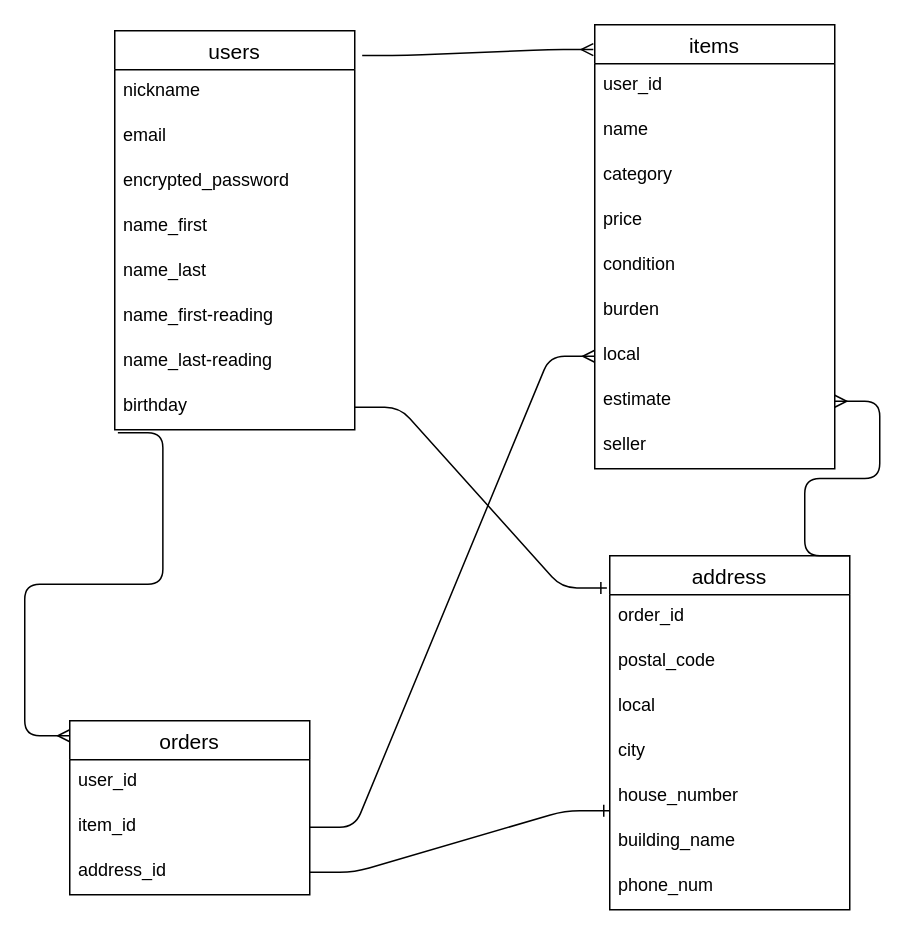
Before: readme.dio in befu12/furima-40409, a draw.io diagram. Source tidied: cells renumbered, new cells numbered last; positions are measured from the earlier drawing's top-left corner, leaving out a move shared by most shapes. Both pictures are drawn from the tidied source at 150%, with x=0, y=0 at pixel (69, 24).
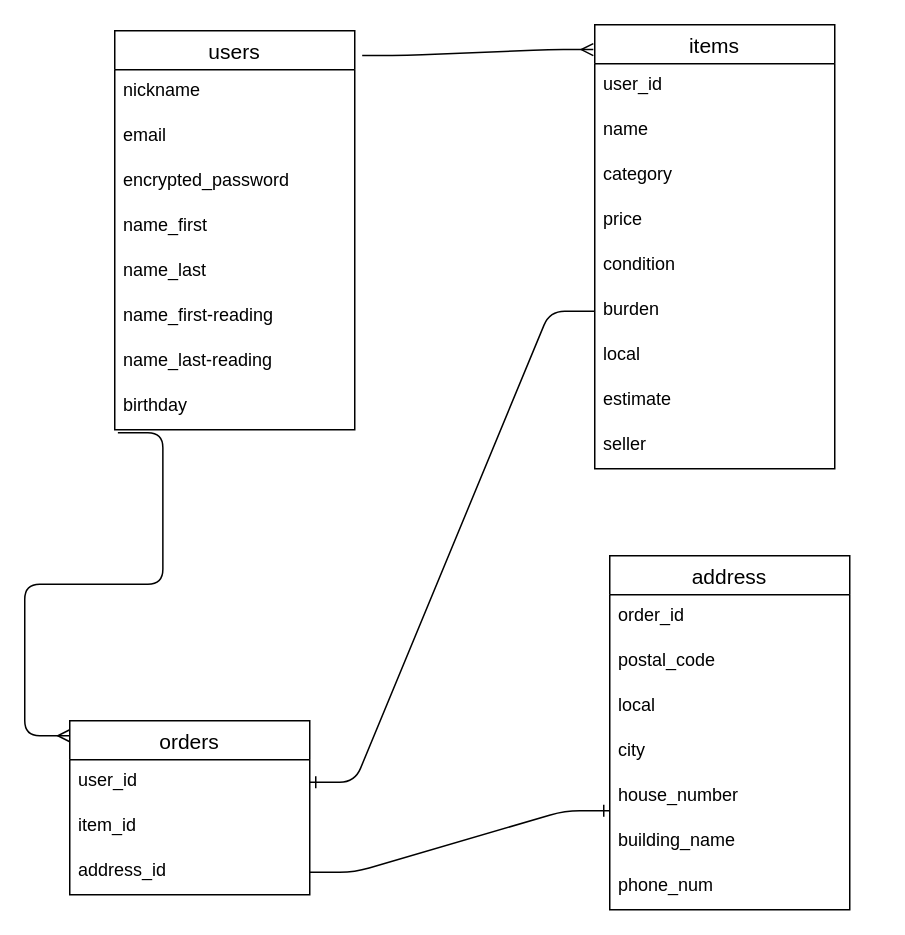
After the change.

The change refers to these unchanged cells:
```xml
<mxCell id="8" value="burden" style="text;strokeColor=none;fillColor=none;spacingLeft=4;spacingRight=4;overflow=hidden;points=[[0,0.5],[1,0.5]];portConstraint=eastwest;fontSize=12;html=0;" parent="2" vertex="1">
  <mxGeometry y="176" width="160" height="30" as="geometry" />
</mxCell>
<mxCell id="9" value="local" style="text;strokeColor=none;fillColor=none;spacingLeft=4;spacingRight=4;overflow=hidden;points=[[0,0.5],[1,0.5]];portConstraint=eastwest;fontSize=12;html=0;" parent="2" vertex="1">
  <mxGeometry y="206" width="160" height="30" as="geometry" />
</mxCell>
<mxCell id="10" value="estimate" style="text;strokeColor=none;fillColor=none;spacingLeft=4;spacingRight=4;overflow=hidden;points=[[0,0.5],[1,0.5]];portConstraint=eastwest;fontSize=12;html=0;" parent="2" vertex="1">
  <mxGeometry y="236" width="160" height="30" as="geometry" />
</mxCell>
<mxCell id="20" value="birthday" style="text;strokeColor=none;fillColor=none;spacingLeft=4;spacingRight=4;overflow=hidden;points=[[0,0.5],[1,0.5]];portConstraint=eastwest;fontSize=12;html=0;" parent="12" vertex="1">
  <mxGeometry y="236" width="160" height="30" as="geometry" />
</mxCell>
<mxCell id="22" value="user_id" style="text;strokeColor=none;fillColor=none;spacingLeft=4;spacingRight=4;overflow=hidden;points=[[0,0.5],[1,0.5]];portConstraint=eastwest;fontSize=12;" parent="21" vertex="1">
  <mxGeometry y="26" width="160" height="30" as="geometry" />
</mxCell>
<mxCell id="23" value="item_id" style="text;strokeColor=none;fillColor=none;spacingLeft=4;spacingRight=4;overflow=hidden;points=[[0,0.5],[1,0.5]];portConstraint=eastwest;fontSize=12;" parent="21" vertex="1">
  <mxGeometry y="56" width="160" height="30" as="geometry" />
</mxCell>
<mxCell id="25" value="address" style="swimlane;fontStyle=0;horizontal=1;startSize=26;align=center;fontSize=14;html=0;" parent="1" vertex="1">
  <mxGeometry x="360" y="354" width="160" height="236" as="geometry" />
</mxCell>
```

Diff of the diagram source:
```diff
@@
-    <mxCell id="35" style="edgeStyle=entityRelationEdgeStyle;fontSize=12;html=1;endArrow=ERone;endFill=1;exitX=1;exitY=0.5;exitDx=0;exitDy=0;entryX=-0.012;entryY=0.091;entryDx=0;entryDy=0;entryPerimeter=0;" parent="1" edge="1" source="20" target="25">
-      <mxGeometry relative="1" as="geometry" />
-    </mxCell>
-    <mxCell id="36" style="edgeStyle=entityRelationEdgeStyle;fontSize=12;html=1;endArrow=ERmany;exitX=1;exitY=0;exitDx=0;exitDy=0;entryX=1;entryY=0.5;entryDx=0;entryDy=0;" parent="1" edge="1" source="25" target="10">
-      <mxGeometry relative="1" as="geometry" />
-    </mxCell>
-    <mxCell id="37" style="edgeStyle=entityRelationEdgeStyle;fontSize=12;html=1;endArrow=ERmany;exitX=1;exitY=0.5;exitDx=0;exitDy=0;entryX=0;entryY=0.5;entryDx=0;entryDy=0;" parent="1" edge="1" source="23" target="9">
-      <mxGeometry relative="1" as="geometry" />
-    </mxCell>
@@
+    <mxCell id="39" style="edgeStyle=entityRelationEdgeStyle;fontSize=12;html=1;endArrow=ERone;endFill=1;entryX=1;entryY=0.5;entryDx=0;entryDy=0;exitX=0;exitY=0.5;exitDx=0;exitDy=0;" parent="1" edge="1" source="8" target="22">
+      <mxGeometry relative="1" as="geometry" />
+    </mxCell>
```
